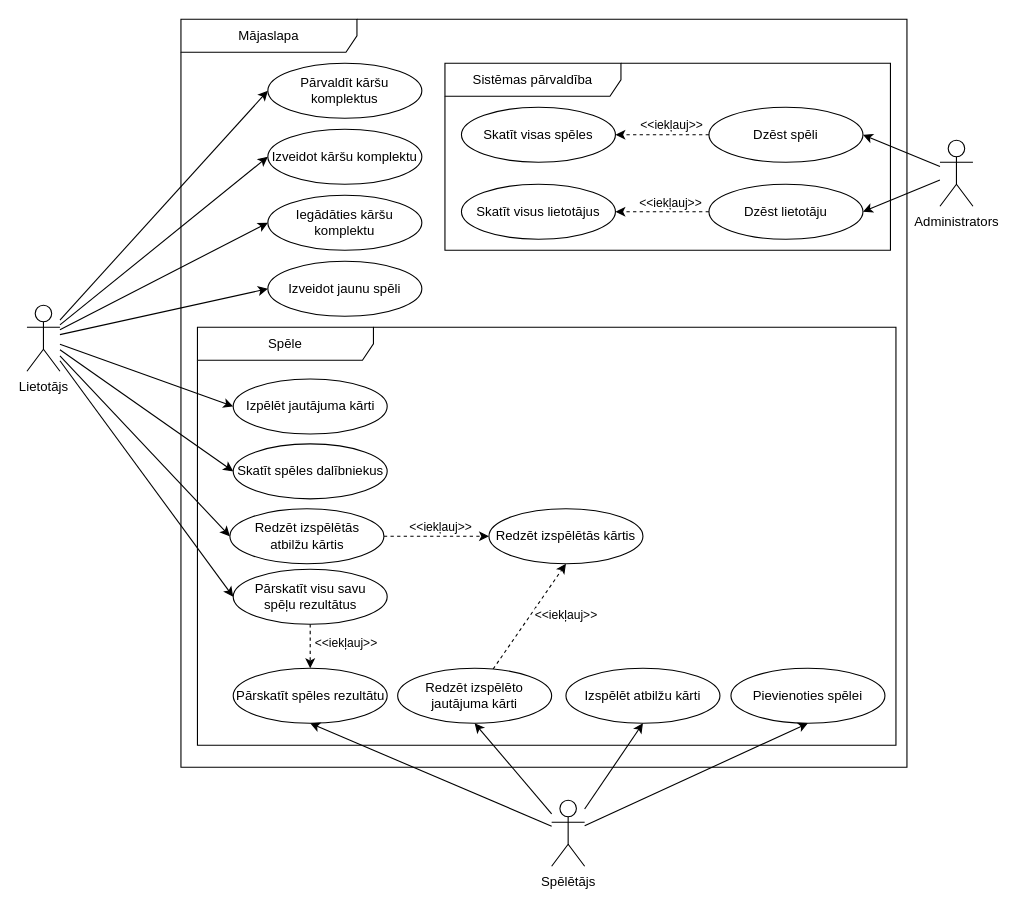
The draw.io diagram dokumentacija/UseCase.drawio in Edgars-P/RVT-Projekts-CardGame, before the edit. Source tidied: cells renumbered, new cells numbered last; positions are measured from the earlier drawing's top-left corner, leaving out a move shared by most shapes. Both pictures are drawn from the tidied source at 110%, with x=0, y=0 at pixel (26, 19).
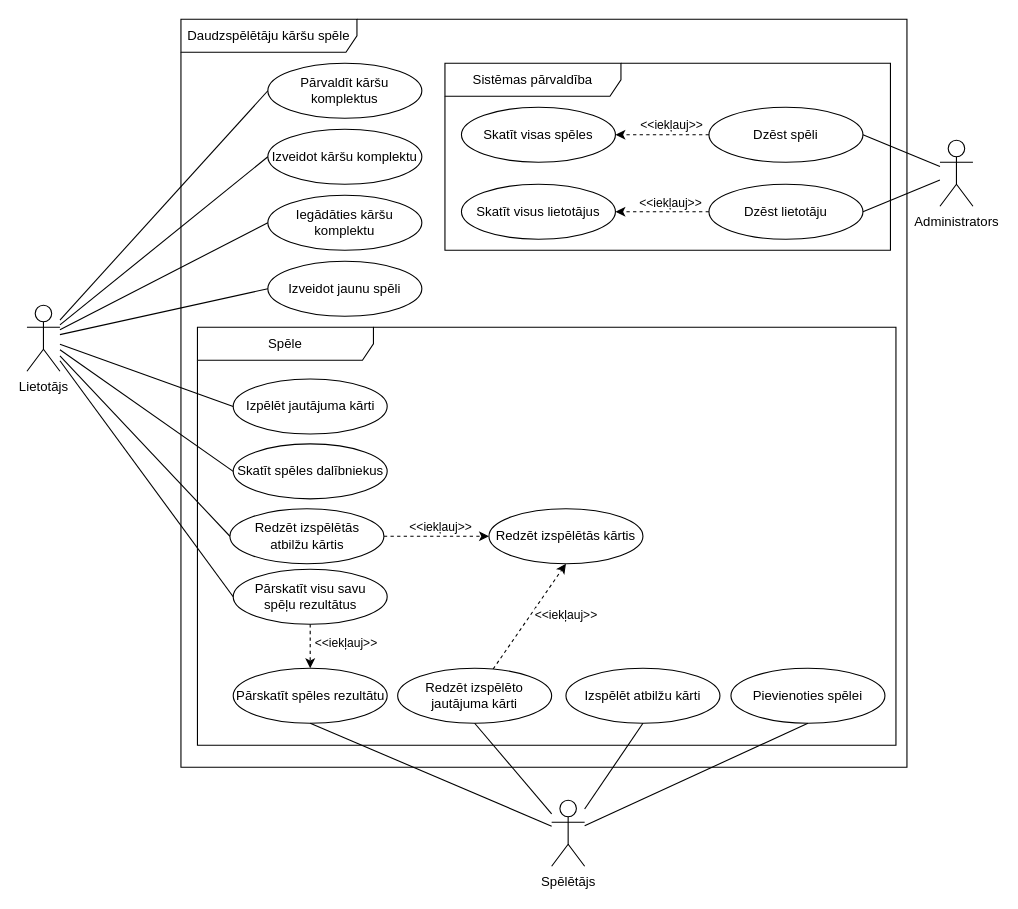
Above is the later version.

The change refers to these unchanged cells:
```xml
<mxCell id="3" value="Pārvaldīt kāršu komplektus" style="ellipse;whiteSpace=wrap;html=1;" parent="2" vertex="1">
  <mxGeometry x="79" y="40" width="140" height="50" as="geometry" />
</mxCell>
<mxCell id="4" value="Izveidot kāršu komplektu" style="ellipse;whiteSpace=wrap;html=1;" parent="2" vertex="1">
  <mxGeometry x="79" y="100" width="140" height="50" as="geometry" />
</mxCell>
<mxCell id="5" value="Iegādāties kāršu komplektu" style="ellipse;whiteSpace=wrap;html=1;" parent="2" vertex="1">
  <mxGeometry x="79" y="160" width="140" height="50" as="geometry" />
</mxCell>
<mxCell id="6" value="Izveidot jaunu spēli" style="ellipse;whiteSpace=wrap;html=1;" parent="2" vertex="1">
  <mxGeometry x="79" y="220" width="140" height="50" as="geometry" />
</mxCell>
<mxCell id="8" value="Izpēlēt jautājuma kārti" style="ellipse;whiteSpace=wrap;html=1;" parent="7" vertex="1">
  <mxGeometry x="32.5" y="47" width="140" height="50" as="geometry" />
</mxCell>
<mxCell id="9" value="Izspēlēt atbilžu kārti" style="ellipse;whiteSpace=wrap;html=1;" parent="7" vertex="1">
  <mxGeometry x="335" y="310" width="140" height="50" as="geometry" />
</mxCell>
<mxCell id="10" value="Skatīt spēles dalībniekus" style="ellipse;whiteSpace=wrap;html=1;" parent="7" vertex="1">
  <mxGeometry x="32.5" y="106" width="140" height="50" as="geometry" />
</mxCell>
<mxCell id="11" value="Pārskatīt spēles rezultātu" style="ellipse;whiteSpace=wrap;html=1;" parent="7" vertex="1">
  <mxGeometry x="32.5" y="310" width="140" height="50" as="geometry" />
</mxCell>
<mxCell id="12" value="Pievienoties spēlei" style="ellipse;whiteSpace=wrap;html=1;" parent="7" vertex="1">
  <mxGeometry x="485" y="310" width="140" height="50" as="geometry" />
</mxCell>
<mxCell id="15" value="Pārskatīt visu savu &lt;br&gt;spēļu rezultātus" style="ellipse;whiteSpace=wrap;html=1;" parent="7" vertex="1">
  <mxGeometry x="32.5" y="220" width="140" height="50" as="geometry" />
</mxCell>
<mxCell id="18" value="Redzēt izspēlēto jautājuma kārti" style="ellipse;whiteSpace=wrap;html=1;" parent="7" vertex="1">
  <mxGeometry x="182" y="310" width="140" height="50" as="geometry" />
</mxCell>
<mxCell id="21" value="Redzēt izspēlētās &lt;br&gt;atbilžu kārtis" style="ellipse;whiteSpace=wrap;html=1;" parent="7" vertex="1">
  <mxGeometry x="29.5" y="165" width="140" height="50" as="geometry" />
</mxCell>
<mxCell id="26" value="Dzēst spēli" style="ellipse;whiteSpace=wrap;html=1;" parent="23" vertex="1">
  <mxGeometry x="240" y="40" width="140" height="50" as="geometry" />
</mxCell>
<mxCell id="30" value="Dzēst lietotāju" style="ellipse;whiteSpace=wrap;html=1;" parent="23" vertex="1">
  <mxGeometry x="240" y="110" width="140" height="50" as="geometry" />
</mxCell>
<mxCell id="40" value="Lietotājs" style="shape=umlActor;verticalLabelPosition=bottom;verticalAlign=top;html=1;" parent="1" vertex="1">
  <mxGeometry y="260" width="30" height="60" as="geometry" />
</mxCell>
<mxCell id="45" value="Spēlētājs" style="shape=umlActor;verticalLabelPosition=bottom;verticalAlign=top;html=1;" parent="1" vertex="1">
  <mxGeometry x="477" y="710" width="30" height="60" as="geometry" />
</mxCell>
<mxCell id="48" value="Administrators" style="shape=umlActor;verticalLabelPosition=bottom;verticalAlign=top;html=1;" parent="1" vertex="1">
  <mxGeometry x="830" y="110" width="30" height="60" as="geometry" />
</mxCell>
```

What changed in the source:
```diff
@@
-    <mxCell id="2" value="Mājaslapa" style="shape=umlFrame;whiteSpace=wrap;html=1;width=160;" parent="1" vertex="1">
+    <mxCell id="2" value="Daudzspēlētāju kāršu spēle" style="shape=umlFrame;whiteSpace=wrap;html=1;width=160;" parent="1" vertex="1">
       <mxGeometry x="140" width="660" height="680" as="geometry" />
     </mxCell>
@@
-    <mxCell id="32" style="rounded=0;jettySize=auto;html=1;entryX=0;entryY=0.5;entryDx=0;entryDy=0;" parent="1" edge="1" source="40" target="3">
+    <mxCell id="32" style="rounded=0;jettySize=auto;html=1;entryX=0;entryY=0.5;entryDx=0;entryDy=0;endArrow=none;endFill=0;" parent="1" edge="1" source="40" target="3">
       <mxGeometry relative="1" as="geometry" />
     </mxCell>
-    <mxCell id="33" style="edgeStyle=none;shape=connector;rounded=0;jettySize=auto;html=1;entryX=0;entryY=0.5;entryDx=0;entryDy=0;labelBackgroundColor=default;strokeColor=default;align=center;verticalAlign=middle;fontFamily=Helvetica;fontSize=11;fontColor=default;endArrow=classic;" parent="1" edge="1" source="40" target="4">
+    <mxCell id="33" style="edgeStyle=none;shape=connector;rounded=0;jettySize=auto;html=1;entryX=0;entryY=0.5;entryDx=0;entryDy=0;labelBackgroundColor=default;strokeColor=default;align=center;verticalAlign=middle;fontFamily=Helvetica;fontSize=11;fontColor=default;endArrow=none;endFill=0;" parent="1" edge="1" source="40" target="4">
       <mxGeometry relative="1" as="geometry" />
     </mxCell>
-    <mxCell id="34" style="edgeStyle=none;shape=connector;rounded=0;jettySize=auto;html=1;entryX=0;entryY=0.5;entryDx=0;entryDy=0;labelBackgroundColor=default;strokeColor=default;align=center;verticalAlign=middle;fontFamily=Helvetica;fontSize=11;fontColor=default;endArrow=classic;" parent="1" edge="1" source="40" target="5">
+    <mxCell id="34" style="edgeStyle=none;shape=connector;rounded=0;jettySize=auto;html=1;entryX=0;entryY=0.5;entryDx=0;entryDy=0;labelBackgroundColor=default;strokeColor=default;align=center;verticalAlign=middle;fontFamily=Helvetica;fontSize=11;fontColor=default;endArrow=none;endFill=0;" parent="1" edge="1" source="40" target="5">
       <mxGeometry relative="1" as="geometry" />
     </mxCell>
-    <mxCell id="35" style="edgeStyle=none;shape=connector;rounded=0;jettySize=auto;html=1;entryX=0;entryY=0.5;entryDx=0;entryDy=0;labelBackgroundColor=default;strokeColor=default;align=center;verticalAlign=middle;fontFamily=Helvetica;fontSize=11;fontColor=default;endArrow=classic;" parent="1" edge="1" source="40" target="6">
+    <mxCell id="35" style="edgeStyle=none;shape=connector;rounded=0;jettySize=auto;html=1;entryX=0;entryY=0.5;entryDx=0;entryDy=0;labelBackgroundColor=default;strokeColor=default;align=center;verticalAlign=middle;fontFamily=Helvetica;fontSize=11;fontColor=default;endArrow=none;endFill=0;" parent="1" edge="1" source="40" target="6">
       <mxGeometry relative="1" as="geometry" />
     </mxCell>
-    <mxCell id="36" style="rounded=0;jettySize=auto;html=1;entryX=0;entryY=0.5;entryDx=0;entryDy=0;" parent="1" edge="1" source="40" target="10">
+    <mxCell id="36" style="rounded=0;jettySize=auto;html=1;entryX=0;entryY=0.5;entryDx=0;entryDy=0;endArrow=none;endFill=0;" parent="1" edge="1" source="40" target="10">
       <mxGeometry relative="1" as="geometry" />
     </mxCell>
-    <mxCell id="37" style="rounded=0;jettySize=auto;html=1;entryX=0;entryY=0.5;entryDx=0;entryDy=0;" parent="1" edge="1" source="40" target="15">
+    <mxCell id="37" style="rounded=0;jettySize=auto;html=1;entryX=0;entryY=0.5;entryDx=0;entryDy=0;endArrow=none;endFill=0;" parent="1" edge="1" source="40" target="15">
       <mxGeometry relative="1" as="geometry" />
     </mxCell>
-    <mxCell id="38" style="rounded=0;jettySize=auto;html=1;entryX=0;entryY=0.5;entryDx=0;entryDy=0;" parent="1" edge="1" source="40" target="8">
+    <mxCell id="38" style="rounded=0;jettySize=auto;html=1;entryX=0;entryY=0.5;entryDx=0;entryDy=0;endArrow=none;endFill=0;" parent="1" edge="1" source="40" target="8">
       <mxGeometry relative="1" as="geometry" />
     </mxCell>
-    <mxCell id="39" style="edgeStyle=none;shape=connector;rounded=0;jettySize=auto;html=1;entryX=0;entryY=0.5;entryDx=0;entryDy=0;labelBackgroundColor=default;strokeColor=default;align=center;verticalAlign=middle;fontFamily=Helvetica;fontSize=11;fontColor=default;endArrow=classic;" parent="1" edge="1" source="40" target="21">
+    <mxCell id="39" style="edgeStyle=none;shape=connector;rounded=0;jettySize=auto;html=1;entryX=0;entryY=0.5;entryDx=0;entryDy=0;labelBackgroundColor=default;strokeColor=default;align=center;verticalAlign=middle;fontFamily=Helvetica;fontSize=11;fontColor=default;endArrow=none;endFill=0;" parent="1" edge="1" source="40" target="21">
       <mxGeometry relative="1" as="geometry" />
     </mxCell>
@@
-    <mxCell id="41" style="edgeStyle=none;shape=connector;rounded=0;jettySize=auto;html=1;entryX=0.5;entryY=1;entryDx=0;entryDy=0;labelBackgroundColor=default;strokeColor=default;align=center;verticalAlign=middle;fontFamily=Helvetica;fontSize=11;fontColor=default;endArrow=classic;" parent="1" edge="1" source="45" target="11">
+    <mxCell id="41" style="edgeStyle=none;shape=connector;rounded=0;jettySize=auto;html=1;entryX=0.5;entryY=1;entryDx=0;entryDy=0;labelBackgroundColor=default;strokeColor=default;align=center;verticalAlign=middle;fontFamily=Helvetica;fontSize=11;fontColor=default;endArrow=none;endFill=0;" parent="1" edge="1" source="45" target="11">
       <mxGeometry relative="1" as="geometry" />
     </mxCell>
-    <mxCell id="42" style="edgeStyle=none;shape=connector;rounded=0;jettySize=auto;html=1;entryX=0.5;entryY=1;entryDx=0;entryDy=0;labelBackgroundColor=default;strokeColor=default;align=center;verticalAlign=middle;fontFamily=Helvetica;fontSize=11;fontColor=default;endArrow=classic;" parent="1" edge="1" source="45" target="12">
+    <mxCell id="42" style="edgeStyle=none;shape=connector;rounded=0;jettySize=auto;html=1;entryX=0.5;entryY=1;entryDx=0;entryDy=0;labelBackgroundColor=default;strokeColor=default;align=center;verticalAlign=middle;fontFamily=Helvetica;fontSize=11;fontColor=default;endArrow=none;endFill=0;" parent="1" edge="1" source="45" target="12">
       <mxGeometry relative="1" as="geometry" />
     </mxCell>
-    <mxCell id="43" style="edgeStyle=none;shape=connector;rounded=0;jettySize=auto;html=1;entryX=0.5;entryY=1;entryDx=0;entryDy=0;labelBackgroundColor=default;strokeColor=default;align=center;verticalAlign=middle;fontFamily=Helvetica;fontSize=11;fontColor=default;endArrow=classic;" parent="1" edge="1" source="45" target="9">
+    <mxCell id="43" style="edgeStyle=none;shape=connector;rounded=0;jettySize=auto;html=1;entryX=0.5;entryY=1;entryDx=0;entryDy=0;labelBackgroundColor=default;strokeColor=default;align=center;verticalAlign=middle;fontFamily=Helvetica;fontSize=11;fontColor=default;endArrow=none;endFill=0;" parent="1" edge="1" source="45" target="9">
       <mxGeometry relative="1" as="geometry" />
     </mxCell>
-    <mxCell id="44" style="edgeStyle=none;shape=connector;rounded=0;jettySize=auto;html=1;entryX=0.5;entryY=1;entryDx=0;entryDy=0;labelBackgroundColor=default;strokeColor=default;align=center;verticalAlign=middle;fontFamily=Helvetica;fontSize=11;fontColor=default;endArrow=classic;" parent="1" edge="1" source="45" target="18">
+    <mxCell id="44" style="edgeStyle=none;shape=connector;rounded=0;jettySize=auto;html=1;entryX=0.5;entryY=1;entryDx=0;entryDy=0;labelBackgroundColor=default;strokeColor=default;align=center;verticalAlign=middle;fontFamily=Helvetica;fontSize=11;fontColor=default;endArrow=none;endFill=0;" parent="1" edge="1" source="45" target="18">
       <mxGeometry relative="1" as="geometry" />
     </mxCell>
@@
-    <mxCell id="46" style="edgeStyle=none;shape=connector;rounded=0;jettySize=auto;html=1;entryX=1;entryY=0.5;entryDx=0;entryDy=0;labelBackgroundColor=default;strokeColor=default;align=center;verticalAlign=middle;fontFamily=Helvetica;fontSize=11;fontColor=default;endArrow=classic;" parent="1" edge="1" source="48" target="26">
+    <mxCell id="46" style="edgeStyle=none;shape=connector;rounded=0;jettySize=auto;html=1;entryX=1;entryY=0.5;entryDx=0;entryDy=0;labelBackgroundColor=default;strokeColor=default;align=center;verticalAlign=middle;fontFamily=Helvetica;fontSize=11;fontColor=default;endArrow=none;endFill=0;" parent="1" edge="1" source="48" target="26">
       <mxGeometry relative="1" as="geometry" />
     </mxCell>
-    <mxCell id="47" style="edgeStyle=none;shape=connector;rounded=0;jettySize=auto;html=1;entryX=1;entryY=0.5;entryDx=0;entryDy=0;labelBackgroundColor=default;strokeColor=default;align=center;verticalAlign=middle;fontFamily=Helvetica;fontSize=11;fontColor=default;endArrow=classic;" parent="1" edge="1" source="48" target="30">
+    <mxCell id="47" style="edgeStyle=none;shape=connector;rounded=0;jettySize=auto;html=1;entryX=1;entryY=0.5;entryDx=0;entryDy=0;labelBackgroundColor=default;strokeColor=default;align=center;verticalAlign=middle;fontFamily=Helvetica;fontSize=11;fontColor=default;endArrow=none;endFill=0;" parent="1" edge="1" source="48" target="30">
       <mxGeometry relative="1" as="geometry" />
     </mxCell>
```
